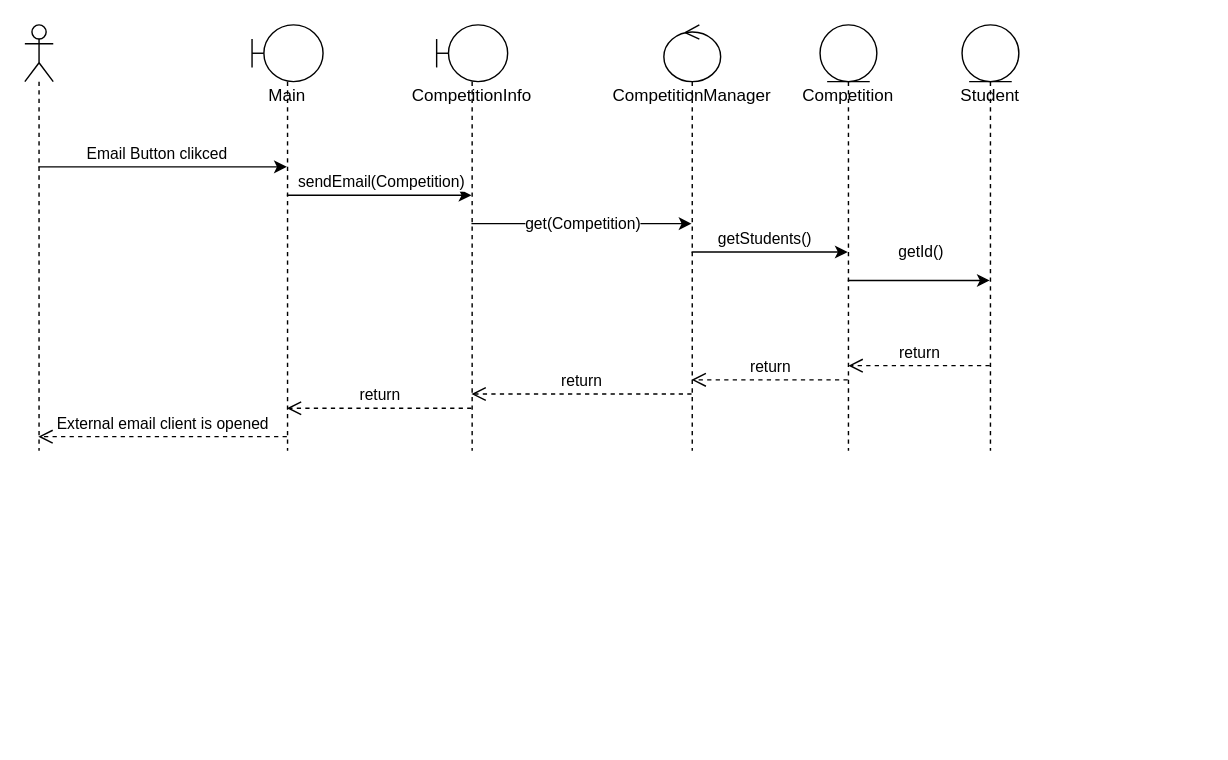
Before: docs/phase2/sequence-diagram-email.drawio in AbdullahAXR/Competition-tracker, a draw.io diagram. Source tidied: cells renumbered, new cells numbered last; positions are measured from the earlier drawing's top-left corner, leaving out a move shared by most shapes. Both pictures are drawn from the tidied source at 142%, with x=0, y=0 at pixel (24, 24).
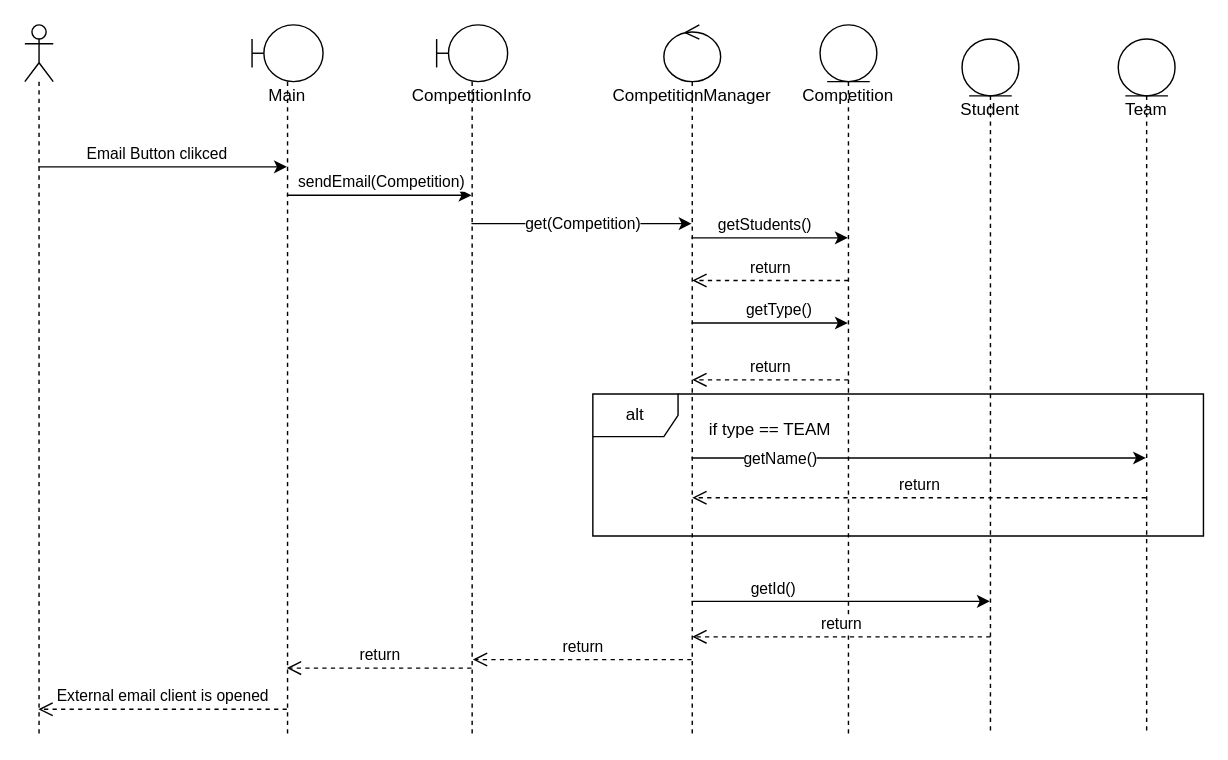
After the change.

Commit message (it also covers changes not shown here):
docs: updated email diagram... now with an alt block

Change to the diagram source:
```diff
@@
     <mxCell id="4" style="shape=umlLifeline;participant=umlActor;perimeter=lifelinePerimeter;whiteSpace=wrap;html=1;verticalAlign=top;spacingTop=36;outlineConnect=0;" parent="1" vertex="1">
-      <mxGeometry width="20" height="300" as="geometry" />
+      <mxGeometry width="20" height="500" as="geometry" />
     </mxCell>
@@
     <mxCell id="7" value="Main" style="shape=umlLifeline;participant=umlBoundary;perimeter=lifelinePerimeter;whiteSpace=wrap;html=1;verticalAlign=top;spacingTop=36;outlineConnect=0;" parent="1" vertex="1">
-      <mxGeometry x="160" width="50" height="300" as="geometry" />
+      <mxGeometry x="160" width="50" height="500" as="geometry" />
     </mxCell>
@@
     <mxCell id="9" value="CompetitionInfo" style="shape=umlLifeline;participant=umlBoundary;perimeter=lifelinePerimeter;whiteSpace=wrap;html=1;verticalAlign=top;spacingTop=36;outlineConnect=0;" parent="1" vertex="1">
-      <mxGeometry x="290" width="50" height="300" as="geometry" />
+      <mxGeometry x="290" width="50" height="500" as="geometry" />
     </mxCell>
-    <mxCell id="10" value="return" style="html=1;verticalAlign=bottom;endArrow=open;dashed=1;endSize=8;rounded=0;" parent="1" edge="1" source="14" target="9">
-      <mxGeometry relative="1" as="geometry">
-        <Array as="points">
-          <mxPoint x="420" y="260" />
-          <mxPoint x="370" y="260" />
-          <mxPoint x="340" y="260" />
-        </Array>
-      </mxGeometry>
-    </mxCell>
-    <mxCell id="11" value="return" style="html=1;verticalAlign=bottom;endArrow=open;dashed=1;endSize=8;rounded=0;" parent="1" edge="1" source="9" target="7">
+    <mxCell id="11" value="return" style="html=1;verticalAlign=bottom;endArrow=open;dashed=1;endSize=8;rounded=0;" parent="1" edge="1">
       <mxGeometry relative="1" as="geometry">
+        <mxPoint x="314.5" y="453" as="sourcePoint" />
+        <mxPoint x="184.5" y="453" as="targetPoint" />
         <Array as="points">
-          <mxPoint x="250" y="270" />
+          <mxPoint x="250" y="453" />
         </Array>
       </mxGeometry>
     </mxCell>
     <mxCell id="12" style="edgeStyle=orthogonalEdgeStyle;rounded=0;jettySize=auto;html=1;" parent="1" edge="1" source="14" target="16">
       <mxGeometry relative="1" as="geometry">
         <Array as="points">
-          <mxPoint x="520" y="160" />
-          <mxPoint x="520" y="160" />
+          <mxPoint x="520" y="150" />
+          <mxPoint x="520" y="150" />
         </Array>
       </mxGeometry>
     </mxCell>
@@
+    <mxCell id="21" style="edgeStyle=orthogonalEdgeStyle;rounded=0;jettySize=auto;html=1;" parent="1" edge="1" source="14" target="16">
+      <mxGeometry relative="1" as="geometry">
+        <Array as="points">
+          <mxPoint x="520" y="210" />
+          <mxPoint x="520" y="210" />
+        </Array>
+      </mxGeometry>
+    </mxCell>
+    <mxCell id="22" value="getType()" style="edgeLabel;html=1;align=center;verticalAlign=middle;" parent="21" vertex="1">
+      <mxGeometry x="0.21" y="-1" relative="1" as="geometry">
+        <mxPoint x="-6" y="-11" as="offset" />
+      </mxGeometry>
+    </mxCell>
+    <mxCell id="23" style="edgeStyle=orthogonalEdgeStyle;rounded=0;orthogonalLoop=1;jettySize=auto;html=1;" parent="1" edge="1">
+      <mxGeometry relative="1" as="geometry">
+        <mxPoint x="469.5" y="305" as="sourcePoint" />
+        <mxPoint x="789.5" y="305" as="targetPoint" />
+        <Array as="points">
+          <mxPoint x="610" y="305" />
+          <mxPoint x="610" y="305" />
+        </Array>
+      </mxGeometry>
+    </mxCell>
+    <mxCell id="24" value="getName()" style="edgeLabel;html=1;align=center;verticalAlign=middle;" parent="23" vertex="1">
+      <mxGeometry x="-0.67" y="-1" relative="1" as="geometry">
+        <mxPoint x="9" y="-1" as="offset" />
+      </mxGeometry>
+    </mxCell>
+    <mxCell id="25" style="edgeStyle=orthogonalEdgeStyle;rounded=0;orthogonalLoop=1;jettySize=auto;html=1;" parent="1" edge="1">
+      <mxGeometry relative="1" as="geometry">
+        <mxPoint x="469.5" y="406" as="sourcePoint" />
+        <mxPoint x="679.5" y="406" as="targetPoint" />
+        <Array as="points">
+          <mxPoint x="620" y="406" />
+          <mxPoint x="620" y="406" />
+        </Array>
+      </mxGeometry>
+    </mxCell>
+    <mxCell id="15" value="getId()" style="edgeLabel;html=1;align=center;verticalAlign=middle;" parent="25" vertex="1">
+      <mxGeometry x="-0.64" y="3" relative="1" as="geometry">
+        <mxPoint x="19" y="-7" as="offset" />
+      </mxGeometry>
+    </mxCell>
     <mxCell id="14" value="CompetitionManager" style="shape=umlLifeline;participant=umlControl;perimeter=lifelinePerimeter;whiteSpace=wrap;html=1;verticalAlign=top;spacingTop=36;outlineConnect=0;" parent="1" vertex="1">
-      <mxGeometry x="450" width="40" height="300" as="geometry" />
+      <mxGeometry x="450" width="40" height="500" as="geometry" />
     </mxCell>
-    <mxCell id="15" value="getId()" style="edgeStyle=orthogonalEdgeStyle;rounded=0;jettySize=auto;html=1;" parent="1" edge="1" source="16" target="17">
-      <mxGeometry x="0.01" y="20" relative="1" as="geometry">
-        <Array as="points">
-          <mxPoint x="630" y="180" />
-          <mxPoint x="630" y="180" />
-        </Array>
-      </mxGeometry>
-    </mxCell>
     <mxCell id="16" value="Competition" style="shape=umlLifeline;participant=umlEntity;perimeter=lifelinePerimeter;whiteSpace=wrap;html=1;verticalAlign=top;spacingTop=36;outlineConnect=0;" parent="1" vertex="1">
-      <mxGeometry x="560" width="40" height="300" as="geometry" />
+      <mxGeometry x="560" width="40" height="500" as="geometry" />
     </mxCell>
     <mxCell id="17" value="Student" style="shape=umlLifeline;participant=umlEntity;perimeter=lifelinePerimeter;whiteSpace=wrap;html=1;verticalAlign=top;spacingTop=36;outlineConnect=0;" parent="1" vertex="1">
-      <mxGeometry x="660" width="40" height="300" as="geometry" />
+      <mxGeometry x="660" y="10" width="40" height="490" as="geometry" />
     </mxCell>
-    <mxCell id="18" value="return" style="html=1;verticalAlign=bottom;endArrow=open;dashed=1;endSize=8;rounded=0;" parent="1" edge="1" source="16" target="14">
-      <mxGeometry relative="1" as="geometry">
-        <Array as="points">
-          <mxPoint x="520" y="250" />
-        </Array>
-      </mxGeometry>
-    </mxCell>
-    <mxCell id="19" value="return" style="html=1;verticalAlign=bottom;endArrow=open;dashed=1;endSize=8;rounded=0;" parent="1" edge="1" source="17">
-      <mxGeometry relative="1" as="geometry">
-        <mxPoint x="580" y="240" as="targetPoint" />
-      </mxGeometry>
-    </mxCell>
-    <mxCell id="20" value="External email client is opened" style="html=1;verticalAlign=bottom;endArrow=open;dashed=1;endSize=8;rounded=0;" parent="1" edge="1" source="7" target="4">
+    <mxCell id="20" value="External email client is opened" style="html=1;verticalAlign=bottom;endArrow=open;dashed=1;endSize=8;rounded=0;" parent="1" edge="1">
       <mxGeometry relative="1" as="geometry">
+        <mxPoint x="184.5" y="482" as="sourcePoint" />
+        <mxPoint x="9.5" y="482" as="targetPoint" />
         <Array as="points">
-          <mxPoint x="80" y="290" />
+          <mxPoint x="80" y="482" />
         </Array>
       </mxGeometry>
     </mxCell>
+    <mxCell id="26" value="Team" style="shape=umlLifeline;participant=umlEntity;perimeter=lifelinePerimeter;whiteSpace=wrap;html=1;verticalAlign=top;spacingTop=36;" parent="1" vertex="1">
+      <mxGeometry x="770" y="10" width="40" height="490" as="geometry" />
+    </mxCell>
+    <mxCell id="27" value="return" style="html=1;verticalAlign=bottom;endArrow=open;dashed=1;endSize=8;rounded=0;" parent="1" edge="1">
+      <mxGeometry relative="1" as="geometry">
+        <mxPoint x="580" y="180" as="sourcePoint" />
+        <mxPoint x="470" y="180" as="targetPoint" />
+        <Array as="points">
+          <mxPoint x="520.5" y="180" />
+        </Array>
+      </mxGeometry>
+    </mxCell>
+    <mxCell id="28" value="return" style="html=1;verticalAlign=bottom;endArrow=open;dashed=1;endSize=8;rounded=0;" parent="1" edge="1">
+      <mxGeometry relative="1" as="geometry">
+        <mxPoint x="580" y="250" as="sourcePoint" />
+        <mxPoint x="470" y="250" as="targetPoint" />
+        <Array as="points">
+          <mxPoint x="520.5" y="250" />
+        </Array>
+      </mxGeometry>
+    </mxCell>
+    <mxCell id="29" value="alt" style="shape=umlFrame;whiteSpace=wrap;html=1;" parent="1" vertex="1">
+      <mxGeometry x="400" y="260" width="430" height="100" as="geometry" />
+    </mxCell>
+    <mxCell id="30" value="return" style="html=1;verticalAlign=bottom;endArrow=open;dashed=1;endSize=8;rounded=0;" parent="1" edge="1">
+      <mxGeometry relative="1" as="geometry">
+        <mxPoint x="789.5" y="333" as="sourcePoint" />
+        <mxPoint x="470" y="333" as="targetPoint" />
+        <Array as="points">
+          <mxPoint x="520.5" y="333" />
+        </Array>
+      </mxGeometry>
+    </mxCell>
+    <mxCell id="31" value="if type == TEAM" style="text;html=1;strokeColor=none;fillColor=none;align=center;verticalAlign=middle;whiteSpace=wrap;rounded=0;" parent="1" vertex="1">
+      <mxGeometry x="470" y="270" width="110" height="30" as="geometry" />
+    </mxCell>
+    <mxCell id="32" value="return" style="html=1;verticalAlign=bottom;endArrow=open;dashed=1;endSize=8;rounded=0;" parent="1" edge="1" source="14">
+      <mxGeometry relative="1" as="geometry">
+        <mxPoint x="315.5" y="447" as="targetPoint" />
+        <Array as="points">
+          <mxPoint x="381" y="447" />
+        </Array>
+      </mxGeometry>
+    </mxCell>
+    <mxCell id="33" value="return" style="html=1;verticalAlign=bottom;endArrow=open;dashed=1;endSize=8;rounded=0;" parent="1" edge="1">
+      <mxGeometry relative="1" as="geometry">
+        <mxPoint x="680" y="431" as="sourcePoint" />
+        <mxPoint x="470" y="431" as="targetPoint" />
+        <Array as="points">
+          <mxPoint x="520.5" y="431" />
+        </Array>
+      </mxGeometry>
+    </mxCell>
```
